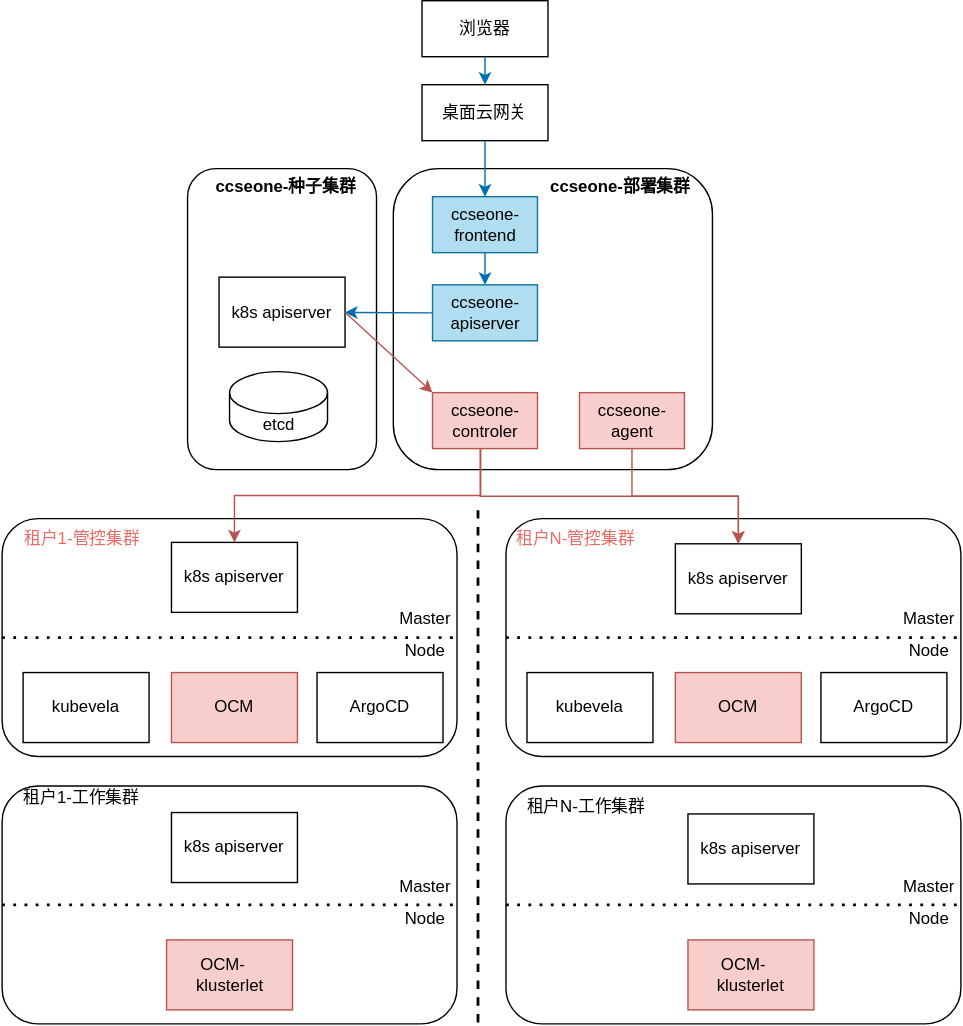
Before: drawio/img/ccseone-sprint3.drawio.svg, a diagram exported from draw.io (Tiny-VS-Lina/ccse). Source tidied: cells renumbered, new cells last; positions are measured from the earlier drawing's top-left corner, leaving out a move shared by most shapes.
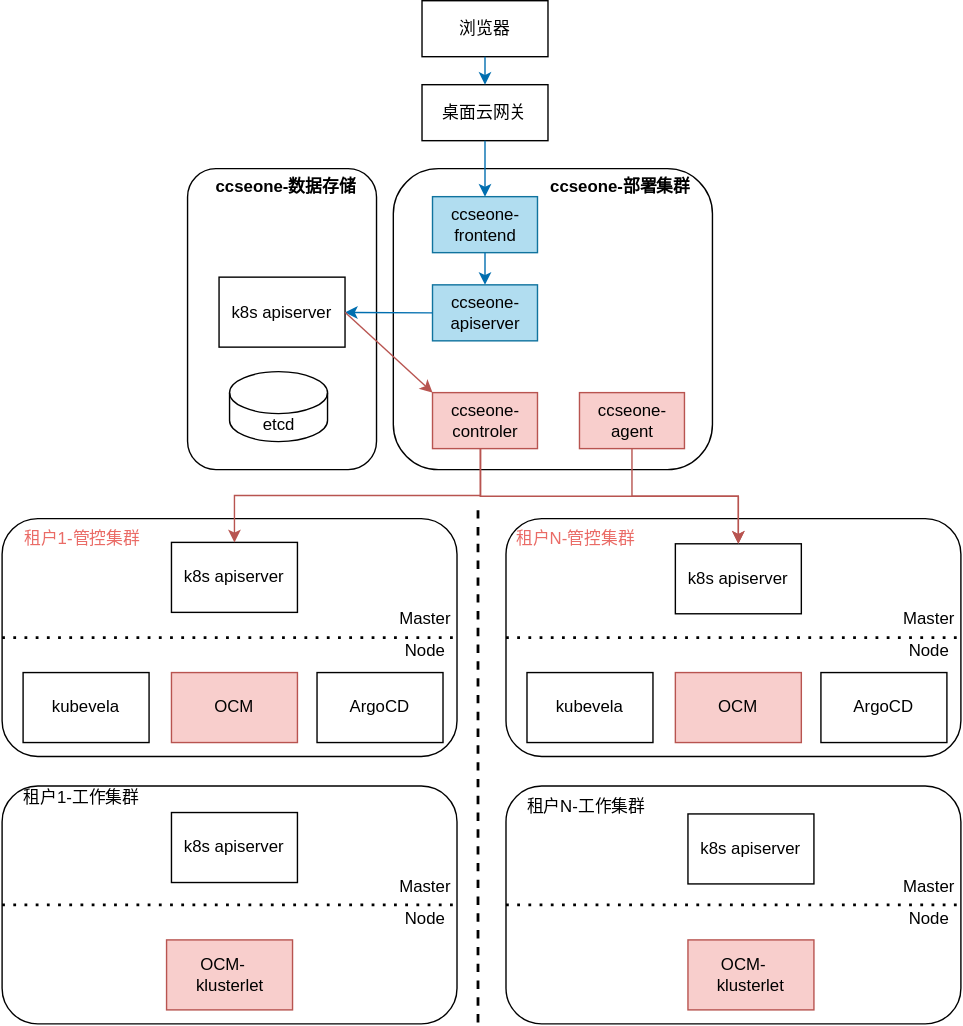
The same file after the commit.

Change to the diagram source:
```diff
@@ -155,7 +155,7 @@
     <mxCell id="51" value="k8s apiserver" style="rounded=0;whiteSpace=wrap;html=1;" parent="1" vertex="1">
       <mxGeometry x="155" y="197.5" width="90" height="50" as="geometry" />
     </mxCell>
-    <mxCell id="52" value="&lt;b style=&quot;border-color: var(--border-color); font-size: 12px;&quot;&gt;ccseone-种子集群&lt;/b&gt;" style="text;html=1;strokeColor=none;fillColor=none;align=center;verticalAlign=middle;whiteSpace=wrap;rounded=0;fontSize=12;" parent="1" vertex="1">
+    <mxCell id="52" value="&lt;b style=&quot;border-color: var(--border-color); font-size: 12px;&quot;&gt;ccseone-数据存储&lt;/b&gt;" style="text;html=1;strokeColor=none;fillColor=none;align=center;verticalAlign=middle;whiteSpace=wrap;rounded=0;fontSize=12;" parent="1" vertex="1">
       <mxGeometry x="137.5" y="120" width="130" height="25" as="geometry" />
     </mxCell>
     <mxCell id="53" value="etcd" style="shape=cylinder3;whiteSpace=wrap;html=1;boundedLbl=1;backgroundOutline=1;size=15;" parent="1" vertex="1">
```
